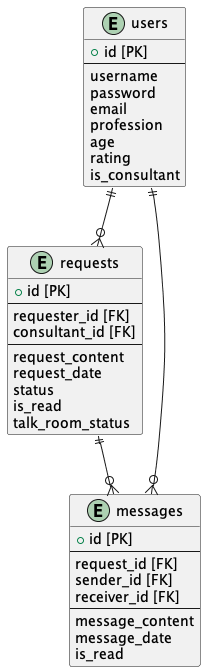
This is documents/er.png from nobukofu69/origin-idea, a PlantUML export, as it was before one commit.
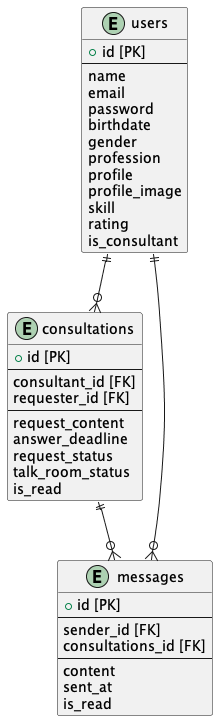
Later version of the same file.

Commit message:
テーブル構成を修正

Diff of the diagram source:
```diff
@@ -3,42 +3,45 @@
 entity "users" as users {
   + id [PK]
   --
-  username
+  name
+  email
   password
-  email
+  birthdate
+  gender
   profession
-  age
+  profile
+  profile_image
+  skill
   rating
   is_consultant
 }
 
-entity "requests" as requests {
+entity "consultations" as consultations {
   + id [PK]
   --
+  consultant_id [FK]
   requester_id [FK]
-  consultant_id [FK]
   --
   request_content
-  request_date
-  status
+  answer_deadline
+  request_status
+  talk_room_status
   is_read
-  talk_room_status
 }
 
 entity "messages" as messages {
   + id [PK]
   --
-  request_id [FK]
   sender_id [FK]
-  receiver_id [FK]
+  consultations_id [FK]
   --
-  message_content
-  message_date
+  content
+  sent_at
   is_read
 }
 
-users ||--o{ requests
-requests ||--o{ messages
+users ||--o{ consultations
+consultations ||--o{ messages
 users ||--o{ messages
 
 
```
